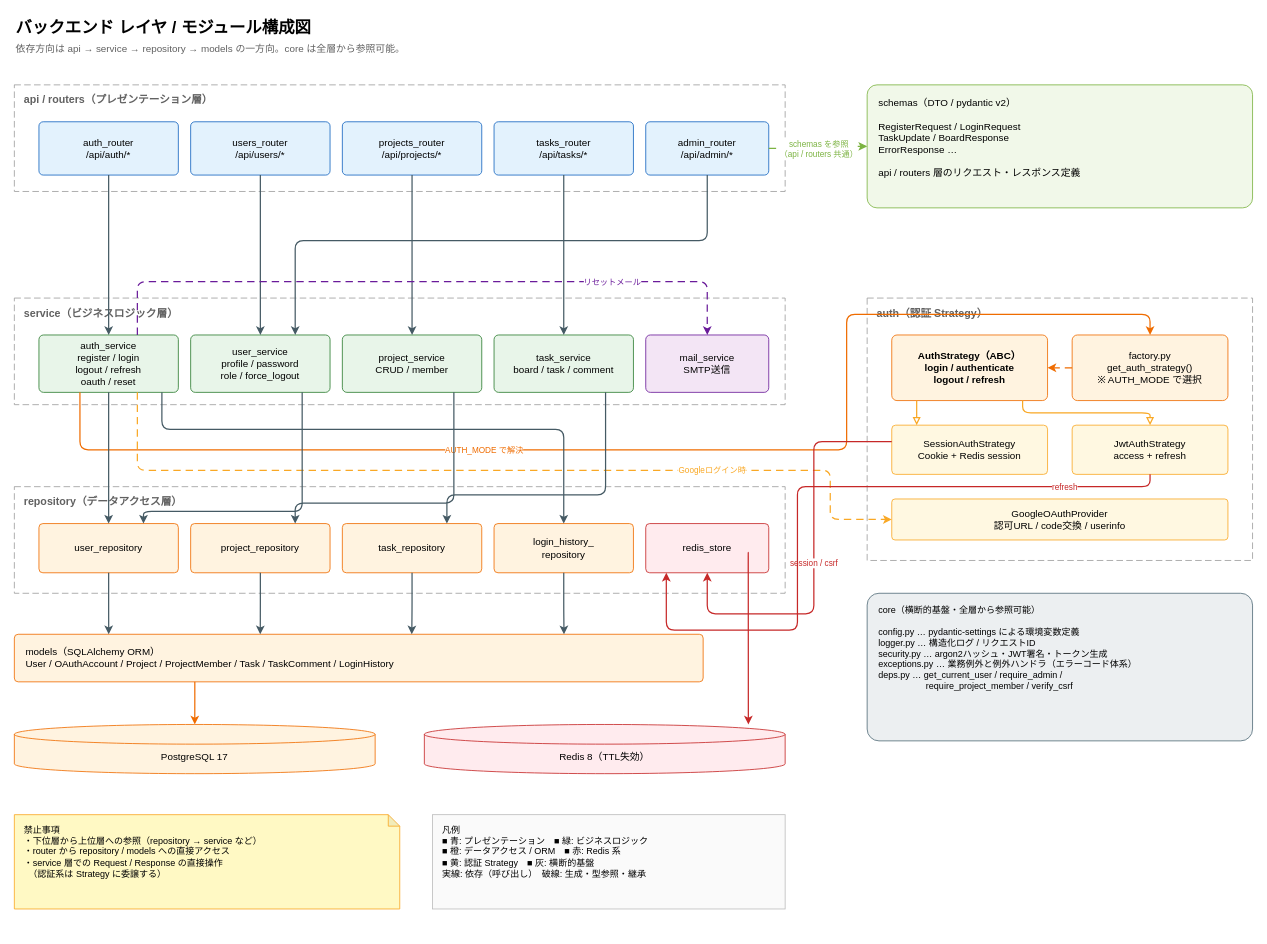
The draw.io diagram basic_design/diagrams/02_backend_layers.drawio in oikawa-d/task_management, before the edit. Source tidied: cells renumbered, new cells numbered last; positions are measured from the earlier drawing's top-left corner, leaving out a move shared by most shapes. Both pictures are drawn from the tidied source at 82%, with x=0, y=0 at pixel (14, 14).
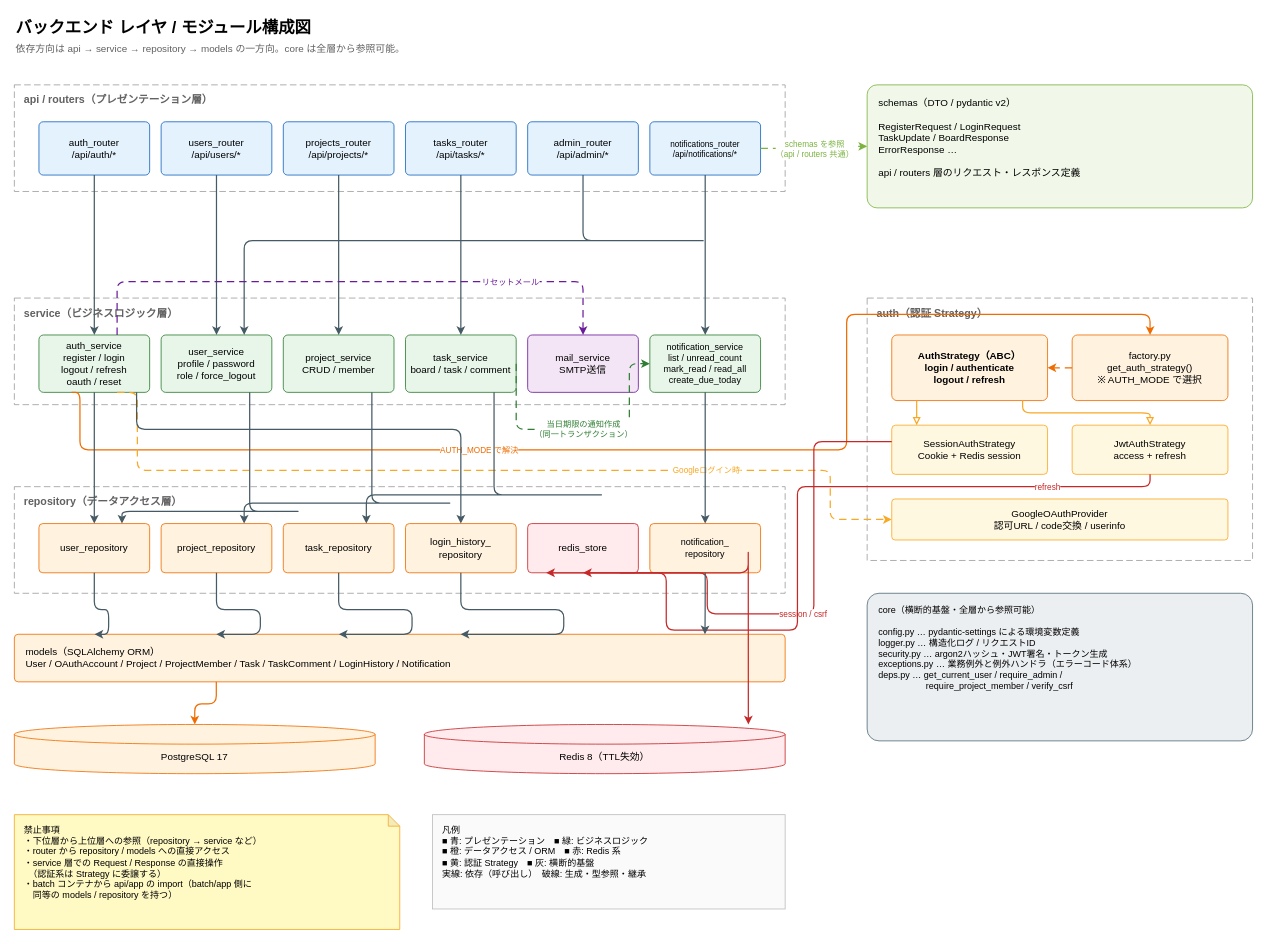
The same page after the edit.

The change refers to these unchanged cells:
```xml
<mxCell id="10" value="schemas（DTO / pydantic v2）&lt;br&gt;&lt;br&gt;RegisterRequest / LoginRequest&lt;br&gt;TaskUpdate / BoardResponse&lt;br&gt;ErrorResponse …&lt;br&gt;&lt;br&gt;api / routers 層のリクエスト・レスポンス定義" style="rounded=1;arcSize=8;whiteSpace=wrap;html=1;fillColor=#F1F8E9;strokeColor=#7CB342;fontFamily=Helvetica;align=left;verticalAlign=top;spacingLeft=12;spacingTop=8;fontSize=12;" parent="1" vertex="1">
  <mxGeometry x="1040" y="86" width="470" height="150" as="geometry" />
</mxCell>
```

Diff of the diagram source:
```diff
@@
     <mxCell id="5" value="auth_router&lt;br&gt;/api/auth/*" style="rounded=1;arcSize=8;whiteSpace=wrap;html=1;fillColor=#E3F2FD;strokeColor=#1565C0;align=center;verticalAlign=middle;fontFamily=Helvetica;fontSize=12;" parent="1" vertex="1">
-      <mxGeometry x="30" y="131" width="170" height="65" as="geometry" />
+      <mxGeometry x="30" y="131" width="135" height="65" as="geometry" />
     </mxCell>
     <mxCell id="6" value="users_router&lt;br&gt;/api/users/*" style="rounded=1;arcSize=8;whiteSpace=wrap;html=1;fillColor=#E3F2FD;strokeColor=#1565C0;align=center;verticalAlign=middle;fontFamily=Helvetica;fontSize=12;" parent="1" vertex="1">
-      <mxGeometry x="215" y="131" width="170" height="65" as="geometry" />
+      <mxGeometry x="179" y="131" width="135" height="65" as="geometry" />
     </mxCell>
     <mxCell id="7" value="projects_router&lt;br&gt;/api/projects/*" style="rounded=1;arcSize=8;whiteSpace=wrap;html=1;fillColor=#E3F2FD;strokeColor=#1565C0;align=center;verticalAlign=middle;fontFamily=Helvetica;fontSize=12;" parent="1" vertex="1">
-      <mxGeometry x="400" y="131" width="170" height="65" as="geometry" />
+      <mxGeometry x="328" y="131" width="135" height="65" as="geometry" />
     </mxCell>
     <mxCell id="8" value="tasks_router&lt;br&gt;/api/tasks/*" style="rounded=1;arcSize=8;whiteSpace=wrap;html=1;fillColor=#E3F2FD;strokeColor=#1565C0;align=center;verticalAlign=middle;fontFamily=Helvetica;fontSize=12;" parent="1" vertex="1">
-      <mxGeometry x="585" y="131" width="170" height="65" as="geometry" />
+      <mxGeometry x="477" y="131" width="135" height="65" as="geometry" />
     </mxCell>
     <mxCell id="9" value="admin_router&lt;br&gt;/api/admin/*" style="rounded=1;arcSize=8;whiteSpace=wrap;html=1;fillColor=#E3F2FD;strokeColor=#1565C0;align=center;verticalAlign=middle;fontFamily=Helvetica;fontSize=12;" parent="1" vertex="1">
-      <mxGeometry x="770" y="131" width="150" height="65" as="geometry" />
+      <mxGeometry x="626" y="131" width="135" height="65" as="geometry" />
     </mxCell>
+    <mxCell id="60" value="notifications_router&lt;br&gt;/api/notifications/*" style="rounded=1;arcSize=8;whiteSpace=wrap;html=1;fillColor=#E3F2FD;strokeColor=#1565C0;align=center;verticalAlign=middle;fontFamily=Helvetica;fontSize=10;" parent="1" vertex="1">
+      <mxGeometry x="775" y="131" width="135" height="65" as="geometry" />
+    </mxCell>
@@
     <mxCell id="12" value="auth_service&lt;br&gt;register / login&lt;br&gt;logout / refresh&lt;br&gt;oauth / reset" style="rounded=1;arcSize=8;whiteSpace=wrap;html=1;fillColor=#E8F5E9;strokeColor=#2E7D32;align=center;verticalAlign=middle;fontFamily=Helvetica;fontSize=12;" parent="1" vertex="1">
-      <mxGeometry x="30" y="391" width="170" height="70" as="geometry" />
+      <mxGeometry x="30" y="391" width="135" height="70" as="geometry" />
     </mxCell>
     <mxCell id="13" value="user_service&lt;br&gt;profile / password&lt;br&gt;role / force_logout" style="rounded=1;arcSize=8;whiteSpace=wrap;html=1;fillColor=#E8F5E9;strokeColor=#2E7D32;align=center;verticalAlign=middle;fontFamily=Helvetica;fontSize=12;" parent="1" vertex="1">
-      <mxGeometry x="215" y="391" width="170" height="70" as="geometry" />
+      <mxGeometry x="179" y="391" width="135" height="70" as="geometry" />
     </mxCell>
     <mxCell id="14" value="project_service&lt;br&gt;CRUD / member" style="rounded=1;arcSize=8;whiteSpace=wrap;html=1;fillColor=#E8F5E9;strokeColor=#2E7D32;align=center;verticalAlign=middle;fontFamily=Helvetica;fontSize=12;" parent="1" vertex="1">
-      <mxGeometry x="400" y="391" width="170" height="70" as="geometry" />
+      <mxGeometry x="328" y="391" width="135" height="70" as="geometry" />
     </mxCell>
     <mxCell id="15" value="task_service&lt;br&gt;board / task / comment" style="rounded=1;arcSize=8;whiteSpace=wrap;html=1;fillColor=#E8F5E9;strokeColor=#2E7D32;align=center;verticalAlign=middle;fontFamily=Helvetica;fontSize=12;" parent="1" vertex="1">
-      <mxGeometry x="585" y="391" width="170" height="70" as="geometry" />
+      <mxGeometry x="477" y="391" width="135" height="70" as="geometry" />
     </mxCell>
     <mxCell id="16" value="mail_service&lt;br&gt;SMTP送信" style="rounded=1;arcSize=8;whiteSpace=wrap;html=1;fillColor=#F3E5F5;strokeColor=#6A1B9A;align=center;verticalAlign=middle;fontFamily=Helvetica;fontSize=12;" parent="1" vertex="1">
-      <mxGeometry x="770" y="391" width="150" height="70" as="geometry" />
+      <mxGeometry x="626" y="391" width="135" height="70" as="geometry" />
     </mxCell>
+    <mxCell id="61" value="notification_service&lt;br&gt;list / unread_count&lt;br&gt;mark_read / read_all&lt;br&gt;create_due_today" style="rounded=1;arcSize=8;whiteSpace=wrap;html=1;fillColor=#E8F5E9;strokeColor=#2E7D32;align=center;verticalAlign=middle;fontFamily=Helvetica;fontSize=11;" parent="1" vertex="1">
+      <mxGeometry x="775" y="391" width="135" height="70" as="geometry" />
+    </mxCell>
@@
     <mxCell id="24" value="user_repository" style="rounded=1;arcSize=8;whiteSpace=wrap;html=1;fillColor=#FFF3E0;strokeColor=#EF6C00;align=center;verticalAlign=middle;fontFamily=Helvetica;fontSize=12;" parent="1" vertex="1">
-      <mxGeometry x="30" y="621" width="170" height="60" as="geometry" />
+      <mxGeometry x="30" y="621" width="135" height="60" as="geometry" />
     </mxCell>
     <mxCell id="25" value="project_repository" style="rounded=1;arcSize=8;whiteSpace=wrap;html=1;fillColor=#FFF3E0;strokeColor=#EF6C00;align=center;verticalAlign=middle;fontFamily=Helvetica;fontSize=12;" parent="1" vertex="1">
-      <mxGeometry x="215" y="621" width="170" height="60" as="geometry" />
+      <mxGeometry x="179" y="621" width="135" height="60" as="geometry" />
     </mxCell>
     <mxCell id="26" value="task_repository" style="rounded=1;arcSize=8;whiteSpace=wrap;html=1;fillColor=#FFF3E0;strokeColor=#EF6C00;align=center;verticalAlign=middle;fontFamily=Helvetica;fontSize=12;" parent="1" vertex="1">
-      <mxGeometry x="400" y="621" width="170" height="60" as="geometry" />
+      <mxGeometry x="328" y="621" width="135" height="60" as="geometry" />
     </mxCell>
     <mxCell id="27" value="login_history_&lt;br&gt;repository" style="rounded=1;arcSize=8;whiteSpace=wrap;html=1;fillColor=#FFF3E0;strokeColor=#EF6C00;align=center;verticalAlign=middle;fontFamily=Helvetica;fontSize=12;" parent="1" vertex="1">
-      <mxGeometry x="585" y="621" width="170" height="60" as="geometry" />
+      <mxGeometry x="477" y="621" width="135" height="60" as="geometry" />
     </mxCell>
     <mxCell id="28" value="redis_store" style="rounded=1;arcSize=8;whiteSpace=wrap;html=1;fillColor=#FFEBEE;strokeColor=#C62828;align=center;verticalAlign=middle;fontFamily=Helvetica;fontSize=12;" parent="1" vertex="1">
-      <mxGeometry x="770" y="621" width="150" height="60" as="geometry" />
+      <mxGeometry x="626" y="621" width="135" height="60" as="geometry" />
     </mxCell>
+    <mxCell id="62" value="notification_&lt;br&gt;repository" style="rounded=1;arcSize=8;whiteSpace=wrap;html=1;fillColor=#FFF3E0;strokeColor=#EF6C00;align=center;verticalAlign=middle;fontFamily=Helvetica;fontSize=11;" parent="1" vertex="1">
+      <mxGeometry x="775" y="621" width="135" height="60" as="geometry" />
+    </mxCell>
-    <mxCell id="29" value="models（SQLAlchemy ORM）&lt;br&gt;User / OAuthAccount / Project / ProjectMember / Task / TaskComment / LoginHistory" style="rounded=1;arcSize=8;whiteSpace=wrap;html=1;fillColor=#FFF3E0;strokeColor=#EF6C00;fontFamily=Helvetica;fontSize=12;align=left;verticalAlign=middle;spacingLeft=12;" parent="1" vertex="1">
-      <mxGeometry y="756" width="840" height="58" as="geometry" />
+    <mxCell id="29" value="models（SQLAlchemy ORM）&lt;br&gt;User / OAuthAccount / Project / ProjectMember / Task / TaskComment / LoginHistory / Notification" style="rounded=1;arcSize=8;whiteSpace=wrap;html=1;fillColor=#FFF3E0;strokeColor=#EF6C00;fontFamily=Helvetica;fontSize=12;align=left;verticalAlign=middle;spacingLeft=12;" parent="1" vertex="1">
+      <mxGeometry y="756" width="940" height="58" as="geometry" />
     </mxCell>
@@
-    <mxCell id="33" value="schemas を参照&lt;br&gt;（api / routers 共通）" style="edgeStyle=orthogonalEdgeStyle;rounded=1;html=1;jettySize=auto;strokeColor=#7CB342;strokeWidth=1.5;fontSize=10;fontColor=#7CB342;labelBackgroundColor=#FFFFFF;dashed=1;dashPattern=6 4;exitX=1;exitY=0.5;exitDx=0;exitDy=0;entryX=0;entryY=0.5;entryDx=0;entryDy=0;" parent="1" edge="1" source="9" target="10">
+    <mxCell id="33" value="schemas を参照&lt;br&gt;（api / routers 共通）" style="edgeStyle=orthogonalEdgeStyle;rounded=1;html=1;jettySize=auto;strokeColor=#7CB342;strokeWidth=1.5;fontSize=10;fontColor=#7CB342;labelBackgroundColor=#FFFFFF;dashed=1;dashPattern=6 4;exitX=1;exitY=0.5;exitDx=0;exitDy=0;entryX=0;entryY=0.5;entryDx=0;entryDy=0;" parent="1" edge="1" source="60" target="10">
       <mxGeometry relative="1" as="geometry">
         <Array as="points">
           <mxPoint x="985" y="163" />
           <mxPoint x="985" y="161" />
         </Array>
       </mxGeometry>
     </mxCell>
@@
-    <mxCell id="52" style="edgeStyle=orthogonalEdgeStyle;rounded=1;html=1;jettySize=auto;strokeColor=#455A64;strokeWidth=1.5;fontSize=10;fontColor=#455A64;labelBackgroundColor=#FFFFFF;exitX=0.5;exitY=1;exitDx=0;exitDy=0;entryX=0.137;entryY=0;entryDx=0;entryDy=0;" parent="1" edge="1" source="24" target="29">
+    <mxCell id="52" style="edgeStyle=orthogonalEdgeStyle;rounded=1;html=1;jettySize=auto;strokeColor=#455A64;strokeWidth=1.5;fontSize=10;fontColor=#455A64;labelBackgroundColor=#FFFFFF;exitX=0.5;exitY=1;exitDx=0;exitDy=0;entryX=0.104;entryY=0;entryDx=0;entryDy=0;" parent="1" edge="1" source="24" target="29">
       <mxGeometry relative="1" as="geometry">
         <Array as="points">
           <mxPoint x="115" y="726" />
         </Array>
       </mxGeometry>
     </mxCell>
-    <mxCell id="53" style="edgeStyle=orthogonalEdgeStyle;rounded=1;html=1;jettySize=auto;strokeColor=#455A64;strokeWidth=1.5;fontSize=10;fontColor=#455A64;labelBackgroundColor=#FFFFFF;exitX=0.5;exitY=1;exitDx=0;exitDy=0;entryX=0.357;entryY=0;entryDx=0;entryDy=0;" parent="1" edge="1" source="25" target="29">
+    <mxCell id="53" style="edgeStyle=orthogonalEdgeStyle;rounded=1;html=1;jettySize=auto;strokeColor=#455A64;strokeWidth=1.5;fontSize=10;fontColor=#455A64;labelBackgroundColor=#FFFFFF;exitX=0.5;exitY=1;exitDx=0;exitDy=0;entryX=0.262;entryY=0;entryDx=0;entryDy=0;" parent="1" edge="1" source="25" target="29">
       <mxGeometry relative="1" as="geometry">
         <Array as="points">
           <mxPoint x="300" y="726" />
         </Array>
       </mxGeometry>
     </mxCell>
-    <mxCell id="54" style="edgeStyle=orthogonalEdgeStyle;rounded=1;html=1;jettySize=auto;strokeColor=#455A64;strokeWidth=1.5;fontSize=10;fontColor=#455A64;labelBackgroundColor=#FFFFFF;exitX=0.5;exitY=1;exitDx=0;exitDy=0;entryX=0.577;entryY=0;entryDx=0;entryDy=0;" parent="1" edge="1" source="26" target="29">
+    <mxCell id="54" style="edgeStyle=orthogonalEdgeStyle;rounded=1;html=1;jettySize=auto;strokeColor=#455A64;strokeWidth=1.5;fontSize=10;fontColor=#455A64;labelBackgroundColor=#FFFFFF;exitX=0.5;exitY=1;exitDx=0;exitDy=0;entryX=0.421;entryY=0;entryDx=0;entryDy=0;" parent="1" edge="1" source="26" target="29">
       <mxGeometry relative="1" as="geometry">
         <Array as="points">
           <mxPoint x="485" y="726" />
         </Array>
       </mxGeometry>
     </mxCell>
-    <mxCell id="55" style="edgeStyle=orthogonalEdgeStyle;rounded=1;html=1;jettySize=auto;strokeColor=#455A64;strokeWidth=1.5;fontSize=10;fontColor=#455A64;labelBackgroundColor=#FFFFFF;exitX=0.5;exitY=1;exitDx=0;exitDy=0;entryX=0.798;entryY=0;entryDx=0;entryDy=0;" parent="1" edge="1" source="27" target="29">
+    <mxCell id="55" style="edgeStyle=orthogonalEdgeStyle;rounded=1;html=1;jettySize=auto;strokeColor=#455A64;strokeWidth=1.5;fontSize=10;fontColor=#455A64;labelBackgroundColor=#FFFFFF;exitX=0.5;exitY=1;exitDx=0;exitDy=0;entryX=0.579;entryY=0;entryDx=0;entryDy=0;" parent="1" edge="1" source="27" target="29">
       <mxGeometry relative="1" as="geometry">
         <Array as="points">
           <mxPoint x="670" y="726" />
         </Array>
       </mxGeometry>
     </mxCell>
@@
+    <mxCell id="63" style="edgeStyle=orthogonalEdgeStyle;rounded=1;html=1;jettySize=auto;strokeColor=#455A64;strokeWidth=1.5;fontSize=10;fontColor=#455A64;labelBackgroundColor=#FFFFFF;exitX=0.5;exitY=1;exitDx=0;exitDy=0;entryX=0.5;entryY=0;entryDx=0;entryDy=0;" parent="1" edge="1" source="60" target="61">
+      <mxGeometry relative="1" as="geometry" />
+    </mxCell>
+    <mxCell id="64" style="edgeStyle=orthogonalEdgeStyle;rounded=1;html=1;jettySize=auto;strokeColor=#455A64;strokeWidth=1.5;fontSize=10;fontColor=#455A64;labelBackgroundColor=#FFFFFF;exitX=0.5;exitY=1;exitDx=0;exitDy=0;entryX=0.5;entryY=0;entryDx=0;entryDy=0;" parent="1" edge="1" source="61" target="62">
+      <mxGeometry relative="1" as="geometry" />
+    </mxCell>
+    <mxCell id="65" value="当日期限の通知作成&lt;br&gt;（同一トランザクション）" style="edgeStyle=orthogonalEdgeStyle;rounded=1;html=1;jettySize=auto;strokeColor=#2E7D32;strokeWidth=1.5;fontSize=10;fontColor=#2E7D32;labelBackgroundColor=#FFFFFF;dashed=1;dashPattern=6 4;exitX=1;exitY=0.5;exitDx=0;exitDy=0;entryX=0;entryY=0.5;entryDx=0;entryDy=0;" parent="1" edge="1" source="15" target="61">
+      <mxGeometry relative="1" as="geometry">
+        <Array as="points">
+          <mxPoint x="750" y="506" />
+        </Array>
+      </mxGeometry>
+    </mxCell>
+    <mxCell id="66" style="edgeStyle=orthogonalEdgeStyle;rounded=1;html=1;jettySize=auto;strokeColor=#455A64;strokeWidth=1.5;fontSize=10;fontColor=#455A64;labelBackgroundColor=#FFFFFF;exitX=0.5;exitY=1;exitDx=0;exitDy=0;entryX=0.896;entryY=0;entryDx=0;entryDy=0;" parent="1" edge="1" source="62" target="29">
+      <mxGeometry relative="1" as="geometry" />
+    </mxCell>
-    <mxCell id="58" value="禁止事項&lt;br&gt;・下位層から上位層への参照（repository → service など）&lt;br&gt;・router から repository / models への直接アクセス&lt;br&gt;・service 層での Request / Response の直接操作&lt;br&gt;　（認証系は Strategy に委譲する）" style="shape=note;whiteSpace=wrap;html=1;backgroundOutline=1;darkOpacity=0.05;fillColor=#FFF9C4;strokeColor=#F9A825;align=left;verticalAlign=top;spacingLeft=10;spacingTop=6;size=14;fontSize=11;" parent="1" vertex="1">
-      <mxGeometry y="976" width="470" height="115" as="geometry" />
+    <mxCell id="58" value="禁止事項&lt;br&gt;・下位層から上位層への参照（repository → service など）&lt;br&gt;・router から repository / models への直接アクセス&lt;br&gt;・service 層での Request / Response の直接操作&lt;br&gt;　（認証系は Strategy に委譲する）&lt;br&gt;・batch コンテナから api/app の import（batch/app 側に&lt;br&gt;　同等の models / repository を持つ）" style="shape=note;whiteSpace=wrap;html=1;backgroundOutline=1;darkOpacity=0.05;fillColor=#FFF9C4;strokeColor=#F9A825;align=left;verticalAlign=top;spacingLeft=10;spacingTop=6;size=14;fontSize=11;" parent="1" vertex="1">
+      <mxGeometry y="976" width="470" height="140" as="geometry" />
     </mxCell>
```
